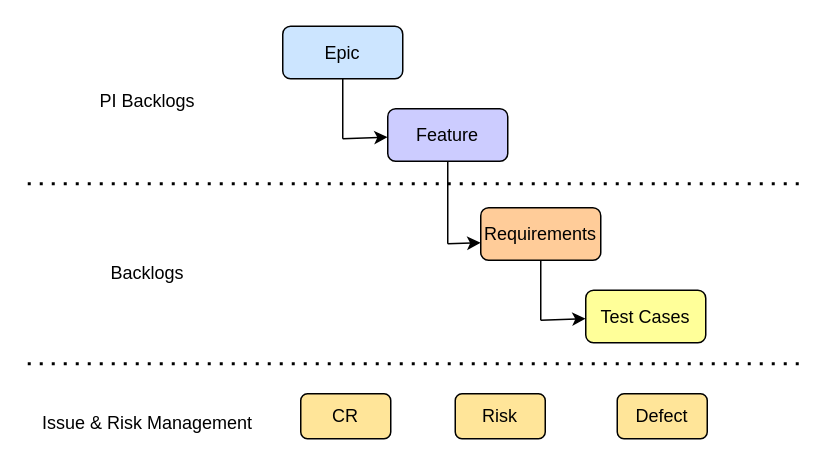
This is agileprocess2.drawio from surajnaik90/Architectures-Designs, a draw.io file, before an edit. Source tidied: cells renumbered, new cells numbered last; positions are measured from the earlier drawing's top-left corner, leaving out a move shared by most shapes. Both pictures are drawn from the tidied source at 150%, with x=0, y=0 at pixel (27, 26).
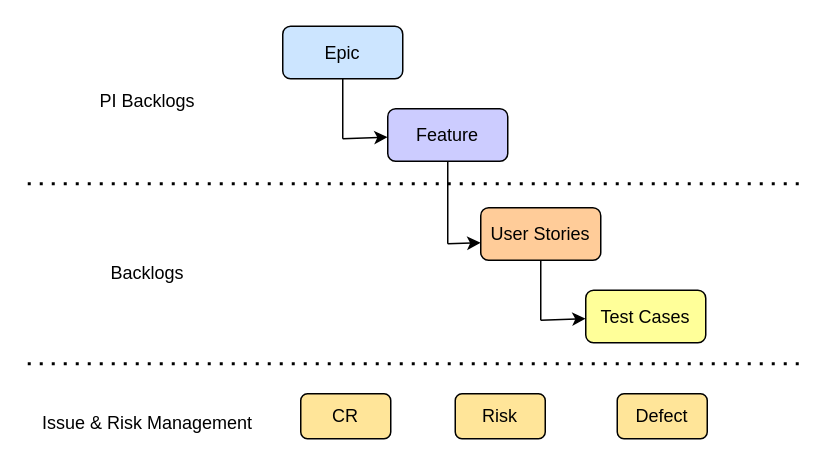
The same diagram, later.

What changed in the source:
```diff
@@
-    <mxCell id="11" value="Requirements" style="rounded=1;whiteSpace=wrap;html=1;fillColor=#FFCC99;" parent="1" vertex="1">
+    <mxCell id="11" value="User Stories" style="rounded=1;whiteSpace=wrap;html=1;fillColor=#FFCC99;" parent="1" vertex="1">
       <mxGeometry x="302" y="121" width="80" height="35" as="geometry" />
     </mxCell>
```
